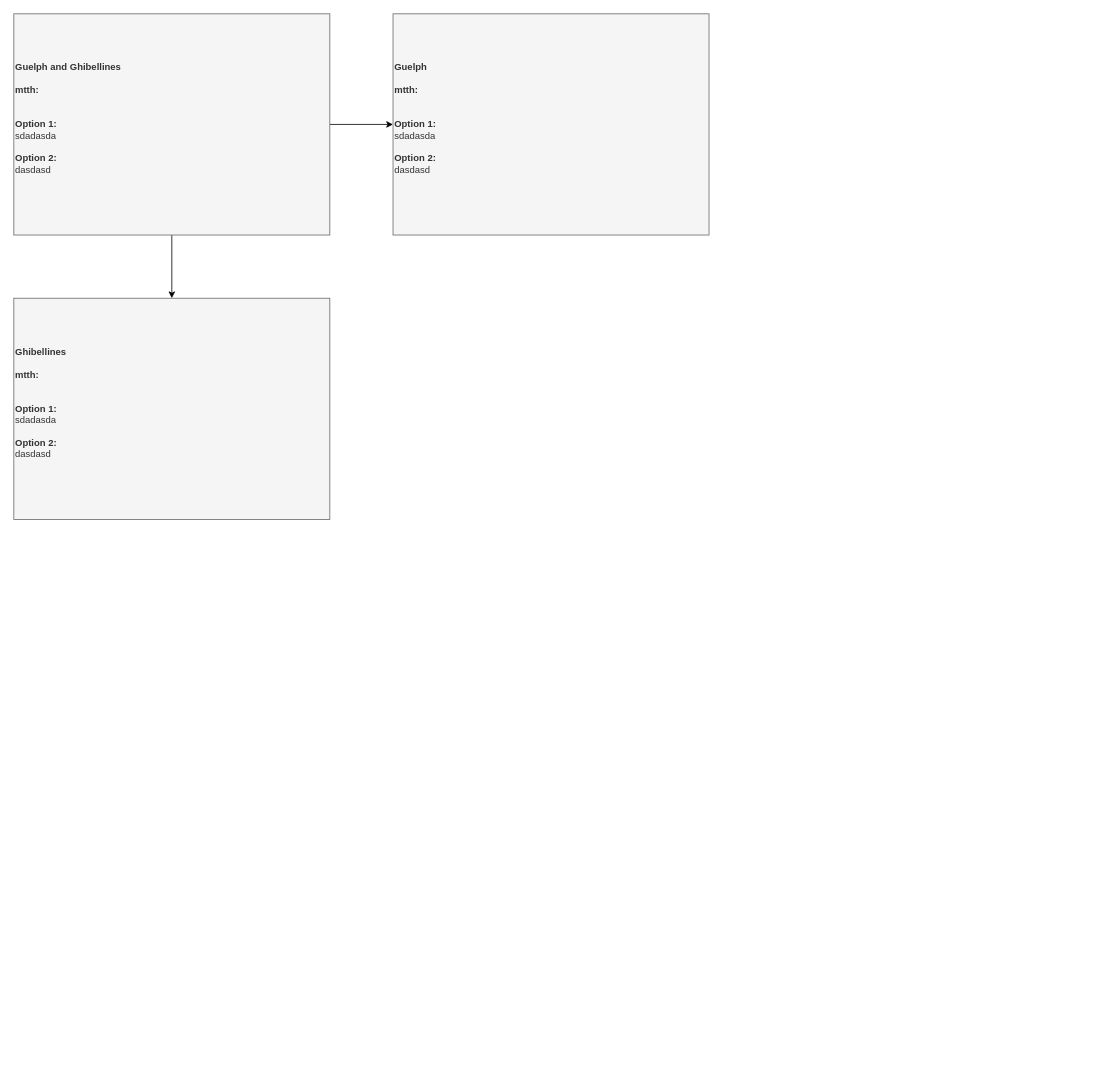
This is page "Events" (2 of 2) of Italy/Italian Minors.drawio from Melvasul/Missions-Expanded, a draw.io file, before an edit. Source tidied: cells renumbered, new cells numbered last; positions are measured from the earlier drawing's top-left corner, leaving out a move shared by most shapes. Both pictures are drawn from the tidied source at 79%, with x=0, y=0 at pixel (13, 13).
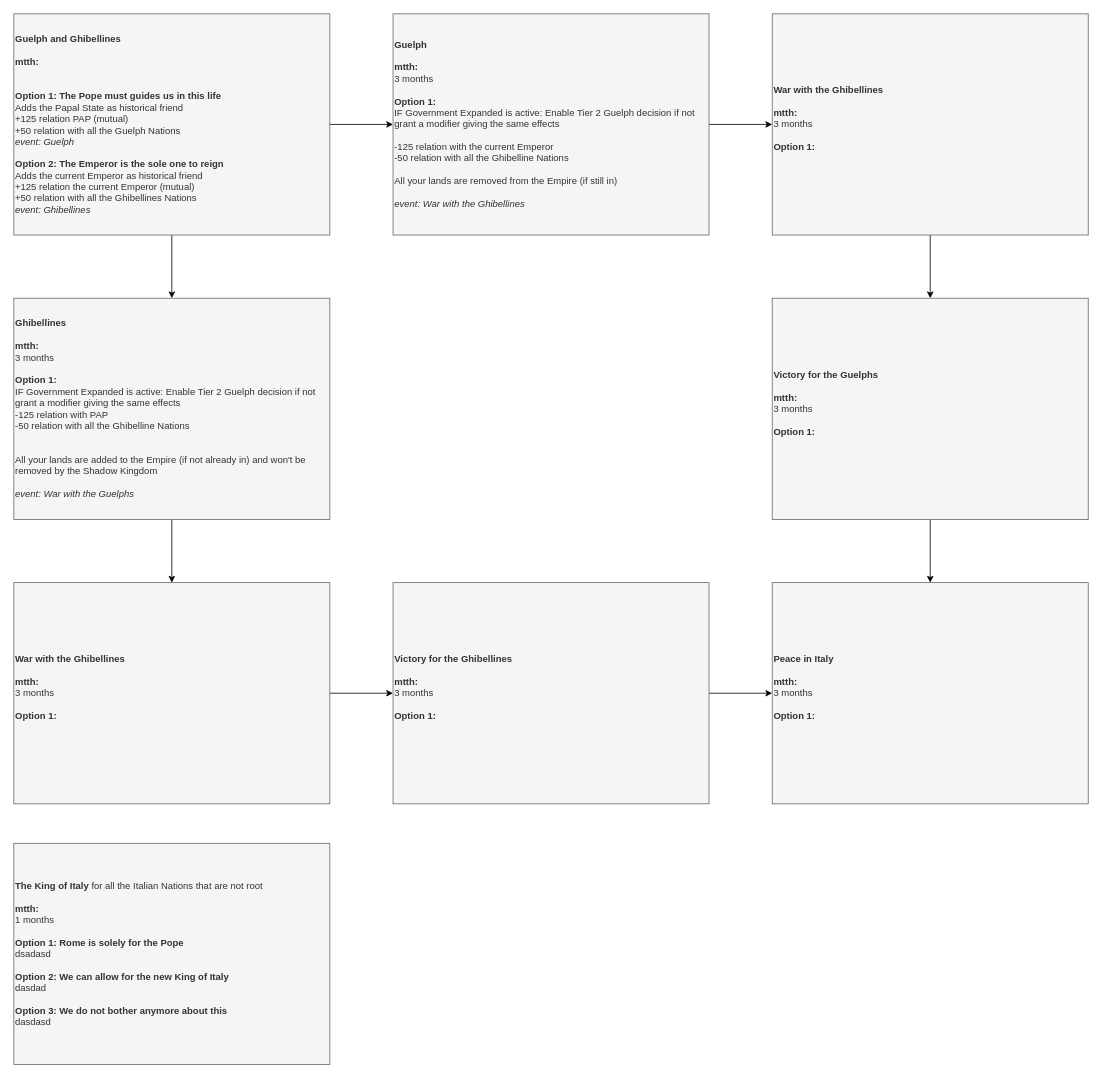
The same diagram, later.

Diff of the diagram source:
```diff
@@
 <mxGraphModel>
   <root>
     <mxCell id="0" />
     <mxCell id="1" parent="0" />
     <mxCell id="2" style="edgeStyle=orthogonalEdgeStyle;rounded=0;jettySize=auto;html=1;" parent="1" edge="1" source="4" target="5">
       <mxGeometry relative="1" as="geometry" />
     </mxCell>
     <mxCell id="3" style="edgeStyle=orthogonalEdgeStyle;rounded=0;jettySize=auto;html=1;" parent="1" edge="1" source="4" target="6">
       <mxGeometry relative="1" as="geometry" />
     </mxCell>
-    <mxCell id="4" value="&lt;div style=&quot;font-size: 12px&quot; align=&quot;left&quot;&gt;&lt;b&gt;Guelph and Ghibellines&lt;/b&gt;&lt;/div&gt;&lt;div style=&quot;font-size: 12px&quot; align=&quot;left&quot;&gt;&lt;br&gt;&lt;/div&gt;&lt;div style=&quot;font-size: 12px&quot; align=&quot;left&quot;&gt;&lt;b&gt;mtth:&lt;/b&gt;&lt;/div&gt;&lt;div style=&quot;font-size: 12px&quot; align=&quot;left&quot;&gt;&lt;br&gt;&lt;/div&gt;&lt;div style=&quot;font-size: 12px&quot; align=&quot;left&quot;&gt;&lt;br&gt;&lt;/div&gt;&lt;div style=&quot;font-size: 12px&quot; align=&quot;left&quot;&gt;&lt;font style=&quot;font-size: 12px&quot;&gt;&lt;font style=&quot;font-size: 12px&quot;&gt;&lt;b style=&quot;font-size: 12px&quot;&gt;&lt;span style=&quot;font-size: 12px&quot;&gt;Option 1:&lt;/span&gt;&lt;/b&gt;&lt;/font&gt;&lt;/font&gt;&lt;/div&gt;&lt;div style=&quot;font-size: 12px&quot; align=&quot;left&quot;&gt;sdadasda&lt;/div&gt;&lt;div style=&quot;font-size: 12px&quot; align=&quot;left&quot;&gt;&lt;br&gt;&lt;/div&gt;&lt;div style=&quot;font-size: 12px&quot; align=&quot;left&quot;&gt;&lt;b&gt;Option 2:&lt;/b&gt;&lt;br&gt;&lt;/div&gt;&lt;div style=&quot;font-size: 12px&quot; align=&quot;left&quot;&gt;dasdasd&lt;/div&gt;&lt;div style=&quot;font-size: 12px&quot; align=&quot;left&quot;&gt;&lt;b&gt;&lt;i&gt;&lt;br&gt;&lt;/i&gt;&lt;/b&gt;&lt;/div&gt;" style="rounded=0;whiteSpace=wrap;html=1;align=left;fontSize=12;fillColor=#f5f5f5;strokeColor=#666666;fontColor=#333333;" parent="1" vertex="1">
+    <mxCell id="4" value="&lt;div style=&quot;font-size: 12px&quot; align=&quot;left&quot;&gt;&lt;b&gt;Guelph and Ghibellines&lt;/b&gt;&lt;/div&gt;&lt;div style=&quot;font-size: 12px&quot; align=&quot;left&quot;&gt;&lt;br&gt;&lt;/div&gt;&lt;div style=&quot;font-size: 12px&quot; align=&quot;left&quot;&gt;&lt;b&gt;mtth:&lt;/b&gt;&lt;/div&gt;&lt;div style=&quot;font-size: 12px&quot; align=&quot;left&quot;&gt;&lt;br&gt;&lt;/div&gt;&lt;div style=&quot;font-size: 12px&quot; align=&quot;left&quot;&gt;&lt;br&gt;&lt;/div&gt;&lt;div style=&quot;font-size: 12px&quot; align=&quot;left&quot;&gt;&lt;font style=&quot;font-size: 12px&quot;&gt;&lt;font style=&quot;font-size: 12px&quot;&gt;&lt;b style=&quot;font-size: 12px&quot;&gt;&lt;span style=&quot;font-size: 12px&quot;&gt;Option 1: The Pope must guides us in this life&lt;/span&gt;&lt;/b&gt;&lt;/font&gt;&lt;/font&gt;&lt;/div&gt;&lt;div style=&quot;font-size: 12px&quot; align=&quot;left&quot;&gt;Adds the Papal State as historical friend&lt;/div&gt;&lt;div style=&quot;font-size: 12px&quot; align=&quot;left&quot;&gt;+125 relation PAP (mutual)&lt;/div&gt;&lt;div style=&quot;font-size: 12px&quot; align=&quot;left&quot;&gt;+50 relation with all the Guelph Nations&lt;/div&gt;&lt;div style=&quot;font-size: 12px&quot; align=&quot;left&quot;&gt;&lt;i&gt;event: Guelph&lt;/i&gt;&lt;/div&gt;&lt;div style=&quot;font-size: 12px&quot; align=&quot;left&quot;&gt;&lt;br&gt;&lt;/div&gt;&lt;div style=&quot;font-size: 12px&quot; align=&quot;left&quot;&gt;&lt;b&gt;Option 2: The Emperor is the sole one to reign&lt;/b&gt;&lt;br&gt;&lt;/div&gt;&lt;div style=&quot;font-size: 12px&quot; align=&quot;left&quot;&gt;&lt;div align=&quot;left&quot;&gt;Adds the current Emperor as historical friend&lt;/div&gt;&lt;div align=&quot;left&quot;&gt;+125 relation the current Emperor (mutual)&lt;/div&gt;&lt;div align=&quot;left&quot;&gt;+50 relation with all the Ghibellines Nations&lt;/div&gt;&lt;div align=&quot;left&quot;&gt;&lt;i&gt;event: Ghibellines&lt;/i&gt;&lt;/div&gt;&lt;/div&gt;" style="rounded=0;whiteSpace=wrap;html=1;align=left;fontSize=12;fillColor=#f5f5f5;strokeColor=#666666;fontColor=#333333;" parent="1" vertex="1">
       <mxGeometry width="400" height="280" as="geometry" />
     </mxCell>
+    <mxCell id="7" style="edgeStyle=orthogonalEdgeStyle;rounded=0;jettySize=auto;html=1;exitX=0.5;exitY=1;exitDx=0;exitDy=0;" parent="1" edge="1" source="5" target="16">
+      <mxGeometry relative="1" as="geometry" />
+    </mxCell>
-    <mxCell id="5" value="&lt;div style=&quot;font-size: 12px&quot; align=&quot;left&quot;&gt;&lt;b&gt;Ghibellines&lt;/b&gt;&lt;/div&gt;&lt;div style=&quot;font-size: 12px&quot; align=&quot;left&quot;&gt;&lt;br&gt;&lt;/div&gt;&lt;div style=&quot;font-size: 12px&quot; align=&quot;left&quot;&gt;&lt;b&gt;mtth:&lt;/b&gt;&lt;/div&gt;&lt;div style=&quot;font-size: 12px&quot; align=&quot;left&quot;&gt;&lt;br&gt;&lt;/div&gt;&lt;div style=&quot;font-size: 12px&quot; align=&quot;left&quot;&gt;&lt;br&gt;&lt;/div&gt;&lt;div style=&quot;font-size: 12px&quot; align=&quot;left&quot;&gt;&lt;font style=&quot;font-size: 12px&quot;&gt;&lt;font style=&quot;font-size: 12px&quot;&gt;&lt;b style=&quot;font-size: 12px&quot;&gt;&lt;span style=&quot;font-size: 12px&quot;&gt;Option 1:&lt;/span&gt;&lt;/b&gt;&lt;/font&gt;&lt;/font&gt;&lt;/div&gt;&lt;div style=&quot;font-size: 12px&quot; align=&quot;left&quot;&gt;sdadasda&lt;/div&gt;&lt;div style=&quot;font-size: 12px&quot; align=&quot;left&quot;&gt;&lt;br&gt;&lt;/div&gt;&lt;div style=&quot;font-size: 12px&quot; align=&quot;left&quot;&gt;&lt;b&gt;Option 2:&lt;/b&gt;&lt;br&gt;&lt;/div&gt;&lt;div style=&quot;font-size: 12px&quot; align=&quot;left&quot;&gt;dasdasd&lt;/div&gt;&lt;div style=&quot;font-size: 12px&quot; align=&quot;left&quot;&gt;&lt;b&gt;&lt;i&gt;&lt;br&gt;&lt;/i&gt;&lt;/b&gt;&lt;/div&gt;" style="rounded=0;whiteSpace=wrap;html=1;align=left;fontSize=12;fillColor=#f5f5f5;strokeColor=#666666;fontColor=#333333;" parent="1" vertex="1">
+    <mxCell id="5" value="&lt;div style=&quot;font-size: 12px&quot; align=&quot;left&quot;&gt;&lt;b&gt;Ghibellines&lt;/b&gt;&lt;/div&gt;&lt;div style=&quot;font-size: 12px&quot; align=&quot;left&quot;&gt;&lt;br&gt;&lt;/div&gt;&lt;div style=&quot;font-size: 12px&quot; align=&quot;left&quot;&gt;&lt;b&gt;mtth:&lt;/b&gt;&lt;/div&gt;&lt;div style=&quot;font-size: 12px&quot; align=&quot;left&quot;&gt;3 months&lt;br&gt;&lt;/div&gt;&lt;div style=&quot;font-size: 12px&quot; align=&quot;left&quot;&gt;&lt;br&gt;&lt;/div&gt;&lt;div style=&quot;font-size: 12px&quot; align=&quot;left&quot;&gt;&lt;font style=&quot;font-size: 12px&quot;&gt;&lt;font style=&quot;font-size: 12px&quot;&gt;&lt;b style=&quot;font-size: 12px&quot;&gt;&lt;span style=&quot;font-size: 12px&quot;&gt;Option 1:&lt;/span&gt;&lt;/b&gt;&lt;/font&gt;&lt;/font&gt;&lt;/div&gt;&lt;div style=&quot;font-size: 12px&quot; align=&quot;left&quot;&gt;&lt;div align=&quot;left&quot;&gt;IF Government Expanded is active: Enable Tier 2 Guelph decision if not grant a modifier giving the same effects&lt;br&gt;&lt;/div&gt;&lt;div align=&quot;left&quot;&gt;-125 relation with PAP&lt;/div&gt;&lt;div align=&quot;left&quot;&gt;-50 relation with all the Ghibelline Nations&lt;/div&gt;&lt;/div&gt;&lt;div style=&quot;font-size: 12px&quot; align=&quot;left&quot;&gt;&lt;br&gt;&lt;/div&gt;&lt;div style=&quot;font-size: 12px&quot; align=&quot;left&quot;&gt;&lt;br&gt;&lt;/div&gt;&lt;div style=&quot;font-size: 12px&quot; align=&quot;left&quot;&gt;All your lands are added to the Empire (if not already in) and won't be removed by the Shadow Kingdom&lt;br&gt;&lt;/div&gt;&lt;div style=&quot;font-size: 12px&quot; align=&quot;left&quot;&gt;&lt;br&gt;&lt;/div&gt;&lt;div style=&quot;font-size: 12px&quot; align=&quot;left&quot;&gt;&lt;i&gt;event: War with the Guelphs&lt;/i&gt;&lt;br&gt;&lt;/div&gt;" style="rounded=0;whiteSpace=wrap;html=1;align=left;fontSize=12;fillColor=#f5f5f5;strokeColor=#666666;fontColor=#333333;" parent="1" vertex="1">
       <mxGeometry y="360" width="400" height="280" as="geometry" />
     </mxCell>
+    <mxCell id="8" style="edgeStyle=orthogonalEdgeStyle;rounded=0;jettySize=auto;html=1;" parent="1" edge="1" source="6" target="10">
+      <mxGeometry relative="1" as="geometry" />
+    </mxCell>
-    <mxCell id="6" value="&lt;div style=&quot;font-size: 12px&quot; align=&quot;left&quot;&gt;&lt;b&gt;Guelph&lt;/b&gt;&lt;/div&gt;&lt;div style=&quot;font-size: 12px&quot; align=&quot;left&quot;&gt;&lt;br&gt;&lt;/div&gt;&lt;div style=&quot;font-size: 12px&quot; align=&quot;left&quot;&gt;&lt;b&gt;mtth:&lt;/b&gt;&lt;/div&gt;&lt;div style=&quot;font-size: 12px&quot; align=&quot;left&quot;&gt;&lt;br&gt;&lt;/div&gt;&lt;div style=&quot;font-size: 12px&quot; align=&quot;left&quot;&gt;&lt;br&gt;&lt;/div&gt;&lt;div style=&quot;font-size: 12px&quot; align=&quot;left&quot;&gt;&lt;font style=&quot;font-size: 12px&quot;&gt;&lt;font style=&quot;font-size: 12px&quot;&gt;&lt;b style=&quot;font-size: 12px&quot;&gt;&lt;span style=&quot;font-size: 12px&quot;&gt;Option 1:&lt;/span&gt;&lt;/b&gt;&lt;/font&gt;&lt;/font&gt;&lt;/div&gt;&lt;div style=&quot;font-size: 12px&quot; align=&quot;left&quot;&gt;sdadasda&lt;/div&gt;&lt;div style=&quot;font-size: 12px&quot; align=&quot;left&quot;&gt;&lt;br&gt;&lt;/div&gt;&lt;div style=&quot;font-size: 12px&quot; align=&quot;left&quot;&gt;&lt;b&gt;Option 2:&lt;/b&gt;&lt;br&gt;&lt;/div&gt;&lt;div style=&quot;font-size: 12px&quot; align=&quot;left&quot;&gt;dasdasd&lt;/div&gt;&lt;div style=&quot;font-size: 12px&quot; align=&quot;left&quot;&gt;&lt;b&gt;&lt;i&gt;&lt;br&gt;&lt;/i&gt;&lt;/b&gt;&lt;/div&gt;" style="rounded=0;whiteSpace=wrap;html=1;align=left;fontSize=12;fillColor=#f5f5f5;strokeColor=#666666;fontColor=#333333;" parent="1" vertex="1">
+    <mxCell id="6" value="&lt;div style=&quot;font-size: 12px&quot; align=&quot;left&quot;&gt;&lt;b&gt;Guelph&lt;/b&gt;&lt;/div&gt;&lt;div style=&quot;font-size: 12px&quot; align=&quot;left&quot;&gt;&lt;br&gt;&lt;/div&gt;&lt;div style=&quot;font-size: 12px&quot; align=&quot;left&quot;&gt;&lt;b&gt;mtth:&lt;/b&gt;&lt;/div&gt;&lt;div style=&quot;font-size: 12px&quot; align=&quot;left&quot;&gt;3 months&lt;/div&gt;&lt;div style=&quot;font-size: 12px&quot; align=&quot;left&quot;&gt;&lt;br&gt;&lt;/div&gt;&lt;div style=&quot;font-size: 12px&quot; align=&quot;left&quot;&gt;&lt;font style=&quot;font-size: 12px&quot;&gt;&lt;font style=&quot;font-size: 12px&quot;&gt;&lt;b style=&quot;font-size: 12px&quot;&gt;&lt;span style=&quot;font-size: 12px&quot;&gt;Option 1:&lt;/span&gt;&lt;/b&gt;&lt;/font&gt;&lt;/font&gt;&lt;/div&gt;&lt;div style=&quot;font-size: 12px&quot; align=&quot;left&quot;&gt;&lt;div align=&quot;left&quot;&gt;IF Government Expanded is active: Enable Tier 2 Guelph decision if not grant a modifier giving the same effects&lt;/div&gt;&lt;div align=&quot;left&quot;&gt;&lt;br&gt;&lt;/div&gt;&lt;div align=&quot;left&quot;&gt;-125 relation with the current Emperor&lt;/div&gt;&lt;div align=&quot;left&quot;&gt;-50 relation with all the Ghibelline Nations&lt;/div&gt;&lt;div align=&quot;left&quot;&gt;&lt;br&gt;&lt;/div&gt;&lt;div align=&quot;left&quot;&gt;All your lands are removed from the Empire (if still in)&lt;/div&gt;&lt;div align=&quot;left&quot;&gt;&lt;br&gt;&lt;/div&gt;&lt;div align=&quot;left&quot;&gt;&lt;i&gt;event: War with the Ghibellines&lt;/i&gt;&lt;/div&gt;&lt;/div&gt;" style="rounded=0;whiteSpace=wrap;html=1;align=left;fontSize=12;fillColor=#f5f5f5;strokeColor=#666666;fontColor=#333333;" parent="1" vertex="1">
       <mxGeometry x="480" width="400" height="280" as="geometry" />
     </mxCell>
+    <mxCell id="9" style="edgeStyle=orthogonalEdgeStyle;rounded=0;jettySize=auto;html=1;" parent="1" edge="1" source="10" target="12">
+      <mxGeometry relative="1" as="geometry" />
+    </mxCell>
+    <mxCell id="10" value="&lt;div style=&quot;font-size: 12px&quot; align=&quot;left&quot;&gt;&lt;b&gt;War with the Ghibellines&lt;/b&gt;&lt;/div&gt;&lt;div style=&quot;font-size: 12px&quot; align=&quot;left&quot;&gt;&lt;br&gt;&lt;/div&gt;&lt;div style=&quot;font-size: 12px&quot; align=&quot;left&quot;&gt;&lt;b&gt;mtth:&lt;/b&gt;&lt;/div&gt;&lt;div style=&quot;font-size: 12px&quot; align=&quot;left&quot;&gt;3 months&lt;/div&gt;&lt;div style=&quot;font-size: 12px&quot; align=&quot;left&quot;&gt;&lt;br&gt;&lt;/div&gt;&lt;div style=&quot;font-size: 12px&quot; align=&quot;left&quot;&gt;&lt;font style=&quot;font-size: 12px&quot;&gt;&lt;font style=&quot;font-size: 12px&quot;&gt;&lt;b style=&quot;font-size: 12px&quot;&gt;&lt;span style=&quot;font-size: 12px&quot;&gt;Option 1:&lt;/span&gt;&lt;/b&gt;&lt;/font&gt;&lt;/font&gt;&lt;/div&gt;&lt;div style=&quot;font-size: 12px&quot; align=&quot;left&quot;&gt;&lt;div align=&quot;left&quot;&gt;&lt;br&gt;&lt;/div&gt;&lt;/div&gt;" style="rounded=0;whiteSpace=wrap;html=1;align=left;fontSize=12;fillColor=#f5f5f5;strokeColor=#666666;fontColor=#333333;" parent="1" vertex="1">
+      <mxGeometry x="960" width="400" height="280" as="geometry" />
+    </mxCell>
+    <mxCell id="11" style="edgeStyle=orthogonalEdgeStyle;rounded=0;jettySize=auto;html=1;" parent="1" edge="1" source="12" target="13">
+      <mxGeometry relative="1" as="geometry" />
+    </mxCell>
+    <mxCell id="12" value="&lt;div style=&quot;font-size: 12px&quot; align=&quot;left&quot;&gt;&lt;b&gt;Victory for the Guelphs&lt;/b&gt;&lt;/div&gt;&lt;div style=&quot;font-size: 12px&quot; align=&quot;left&quot;&gt;&lt;br&gt;&lt;/div&gt;&lt;div style=&quot;font-size: 12px&quot; align=&quot;left&quot;&gt;&lt;b&gt;mtth:&lt;/b&gt;&lt;/div&gt;&lt;div style=&quot;font-size: 12px&quot; align=&quot;left&quot;&gt;3 months&lt;/div&gt;&lt;div style=&quot;font-size: 12px&quot; align=&quot;left&quot;&gt;&lt;br&gt;&lt;/div&gt;&lt;div style=&quot;font-size: 12px&quot; align=&quot;left&quot;&gt;&lt;font style=&quot;font-size: 12px&quot;&gt;&lt;font style=&quot;font-size: 12px&quot;&gt;&lt;b style=&quot;font-size: 12px&quot;&gt;&lt;span style=&quot;font-size: 12px&quot;&gt;Option 1:&lt;/span&gt;&lt;/b&gt;&lt;/font&gt;&lt;/font&gt;&lt;/div&gt;&lt;div style=&quot;font-size: 12px&quot; align=&quot;left&quot;&gt;&lt;div align=&quot;left&quot;&gt;&lt;br&gt;&lt;/div&gt;&lt;/div&gt;" style="rounded=0;whiteSpace=wrap;html=1;align=left;fontSize=12;fillColor=#f5f5f5;strokeColor=#666666;fontColor=#333333;" parent="1" vertex="1">
+      <mxGeometry x="960" y="360" width="400" height="280" as="geometry" />
+    </mxCell>
+    <mxCell id="13" value="&lt;div style=&quot;font-size: 12px&quot; align=&quot;left&quot;&gt;&lt;b&gt;Peace in Italy&lt;/b&gt;&lt;/div&gt;&lt;div style=&quot;font-size: 12px&quot; align=&quot;left&quot;&gt;&lt;br&gt;&lt;/div&gt;&lt;div style=&quot;font-size: 12px&quot; align=&quot;left&quot;&gt;&lt;b&gt;mtth:&lt;/b&gt;&lt;/div&gt;&lt;div style=&quot;font-size: 12px&quot; align=&quot;left&quot;&gt;3 months&lt;/div&gt;&lt;div style=&quot;font-size: 12px&quot; align=&quot;left&quot;&gt;&lt;br&gt;&lt;/div&gt;&lt;div style=&quot;font-size: 12px&quot; align=&quot;left&quot;&gt;&lt;font style=&quot;font-size: 12px&quot;&gt;&lt;font style=&quot;font-size: 12px&quot;&gt;&lt;b style=&quot;font-size: 12px&quot;&gt;&lt;span style=&quot;font-size: 12px&quot;&gt;Option 1:&lt;/span&gt;&lt;/b&gt;&lt;/font&gt;&lt;/font&gt;&lt;/div&gt;&lt;div style=&quot;font-size: 12px&quot; align=&quot;left&quot;&gt;&lt;div align=&quot;left&quot;&gt;&lt;br&gt;&lt;/div&gt;&lt;/div&gt;" style="rounded=0;whiteSpace=wrap;html=1;align=left;fontSize=12;fillColor=#f5f5f5;strokeColor=#666666;fontColor=#333333;" parent="1" vertex="1">
+      <mxGeometry x="960" y="720" width="400" height="280" as="geometry" />
+    </mxCell>
+    <mxCell id="14" value="&lt;div style=&quot;font-size: 12px&quot; align=&quot;left&quot;&gt;&lt;b&gt;The King of Italy &lt;/b&gt;for all the Italian Nations that are not root&lt;/div&gt;&lt;div style=&quot;font-size: 12px&quot; align=&quot;left&quot;&gt;&lt;br&gt;&lt;/div&gt;&lt;div style=&quot;font-size: 12px&quot; align=&quot;left&quot;&gt;&lt;b&gt;mtth:&lt;/b&gt;&lt;/div&gt;&lt;div style=&quot;font-size: 12px&quot; align=&quot;left&quot;&gt;1 months&lt;/div&gt;&lt;div style=&quot;font-size: 12px&quot; align=&quot;left&quot;&gt;&lt;br&gt;&lt;/div&gt;&lt;div style=&quot;font-size: 12px&quot; align=&quot;left&quot;&gt;&lt;font style=&quot;font-size: 12px&quot;&gt;&lt;font style=&quot;font-size: 12px&quot;&gt;&lt;b style=&quot;font-size: 12px&quot;&gt;&lt;span style=&quot;font-size: 12px&quot;&gt;Option 1: Rome is solely for the Pope&lt;/span&gt;&lt;/b&gt;&lt;/font&gt;&lt;/font&gt;&lt;/div&gt;&lt;div style=&quot;font-size: 12px&quot; align=&quot;left&quot;&gt;&lt;div align=&quot;left&quot;&gt;dsadasd&lt;/div&gt;&lt;div align=&quot;left&quot;&gt;&lt;b&gt;&lt;br&gt;&lt;/b&gt;&lt;/div&gt;&lt;div align=&quot;left&quot;&gt;&lt;b&gt;Option 2: We can allow for the new King of Italy&lt;/b&gt;&lt;/div&gt;&lt;div align=&quot;left&quot;&gt;dasdad&lt;/div&gt;&lt;div align=&quot;left&quot;&gt;&lt;b&gt;&lt;br&gt;&lt;/b&gt;&lt;/div&gt;&lt;div align=&quot;left&quot;&gt;&lt;b&gt;Option 3: We do not bother anymore about this&lt;/b&gt;&lt;/div&gt;&lt;div align=&quot;left&quot;&gt;dasdasd&lt;/div&gt;&lt;/div&gt;" style="rounded=0;whiteSpace=wrap;html=1;align=left;fontSize=12;fillColor=#f5f5f5;strokeColor=#666666;fontColor=#333333;" parent="1" vertex="1">
+      <mxGeometry y="1050" width="400" height="280" as="geometry" />
+    </mxCell>
+    <mxCell id="15" style="edgeStyle=orthogonalEdgeStyle;rounded=0;jettySize=auto;html=1;" parent="1" edge="1" source="16" target="18">
+      <mxGeometry relative="1" as="geometry" />
+    </mxCell>
+    <mxCell id="16" value="&lt;div style=&quot;font-size: 12px&quot; align=&quot;left&quot;&gt;&lt;b&gt;War with the Ghibellines&lt;/b&gt;&lt;/div&gt;&lt;div style=&quot;font-size: 12px&quot; align=&quot;left&quot;&gt;&lt;br&gt;&lt;/div&gt;&lt;div style=&quot;font-size: 12px&quot; align=&quot;left&quot;&gt;&lt;b&gt;mtth:&lt;/b&gt;&lt;/div&gt;&lt;div style=&quot;font-size: 12px&quot; align=&quot;left&quot;&gt;3 months&lt;/div&gt;&lt;div style=&quot;font-size: 12px&quot; align=&quot;left&quot;&gt;&lt;br&gt;&lt;/div&gt;&lt;div style=&quot;font-size: 12px&quot; align=&quot;left&quot;&gt;&lt;font style=&quot;font-size: 12px&quot;&gt;&lt;font style=&quot;font-size: 12px&quot;&gt;&lt;b style=&quot;font-size: 12px&quot;&gt;&lt;span style=&quot;font-size: 12px&quot;&gt;Option 1:&lt;/span&gt;&lt;/b&gt;&lt;/font&gt;&lt;/font&gt;&lt;/div&gt;&lt;div style=&quot;font-size: 12px&quot; align=&quot;left&quot;&gt;&lt;div align=&quot;left&quot;&gt;&lt;br&gt;&lt;/div&gt;&lt;/div&gt;" style="rounded=0;whiteSpace=wrap;html=1;align=left;fontSize=12;fillColor=#f5f5f5;strokeColor=#666666;fontColor=#333333;" parent="1" vertex="1">
+      <mxGeometry y="720" width="400" height="280" as="geometry" />
+    </mxCell>
+    <mxCell id="17" style="edgeStyle=orthogonalEdgeStyle;rounded=0;jettySize=auto;html=1;" parent="1" edge="1" source="18" target="13">
+      <mxGeometry relative="1" as="geometry" />
+    </mxCell>
+    <mxCell id="18" value="&lt;div style=&quot;font-size: 12px&quot; align=&quot;left&quot;&gt;&lt;b&gt;Victory for the Ghibellines&lt;/b&gt;&lt;/div&gt;&lt;div style=&quot;font-size: 12px&quot; align=&quot;left&quot;&gt;&lt;br&gt;&lt;/div&gt;&lt;div style=&quot;font-size: 12px&quot; align=&quot;left&quot;&gt;&lt;b&gt;mtth:&lt;/b&gt;&lt;/div&gt;&lt;div style=&quot;font-size: 12px&quot; align=&quot;left&quot;&gt;3 months&lt;/div&gt;&lt;div style=&quot;font-size: 12px&quot; align=&quot;left&quot;&gt;&lt;br&gt;&lt;/div&gt;&lt;div style=&quot;font-size: 12px&quot; align=&quot;left&quot;&gt;&lt;font style=&quot;font-size: 12px&quot;&gt;&lt;font style=&quot;font-size: 12px&quot;&gt;&lt;b style=&quot;font-size: 12px&quot;&gt;&lt;span style=&quot;font-size: 12px&quot;&gt;Option 1:&lt;/span&gt;&lt;/b&gt;&lt;/font&gt;&lt;/font&gt;&lt;/div&gt;&lt;div style=&quot;font-size: 12px&quot; align=&quot;left&quot;&gt;&lt;div align=&quot;left&quot;&gt;&lt;br&gt;&lt;/div&gt;&lt;/div&gt;" style="rounded=0;whiteSpace=wrap;html=1;align=left;fontSize=12;fillColor=#f5f5f5;strokeColor=#666666;fontColor=#333333;" parent="1" vertex="1">
+      <mxGeometry x="480" y="720" width="400" height="280" as="geometry" />
+    </mxCell>
   </root>
 </mxGraphModel>
```
